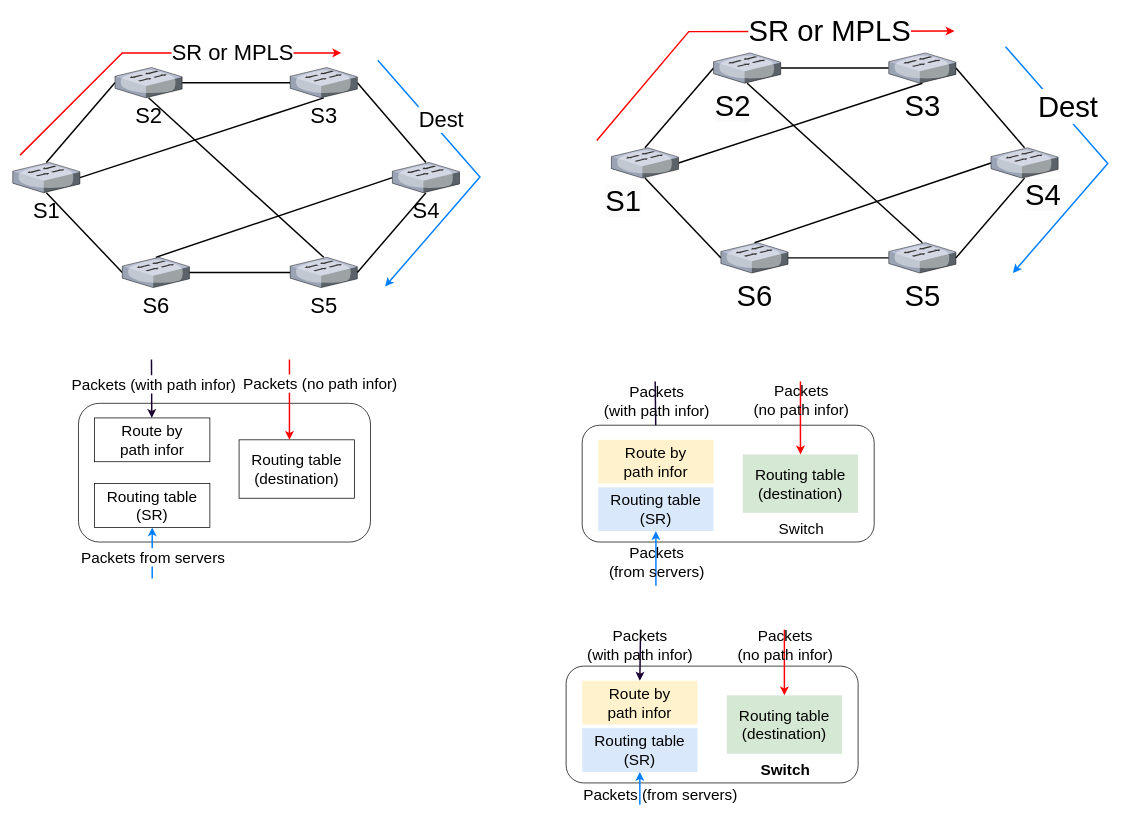
Above: FC+/scalable_topo.drawio in caopeirui/app.diagrams.net (draw.io), before the change. Source tidied: cells renumbered, new cells numbered last; positions are measured from the earlier drawing's top-left corner, leaving out a move shared by most shapes. Both pictures are drawn from the tidied source at 73%, with x=0, y=0 at pixel (12, 31).
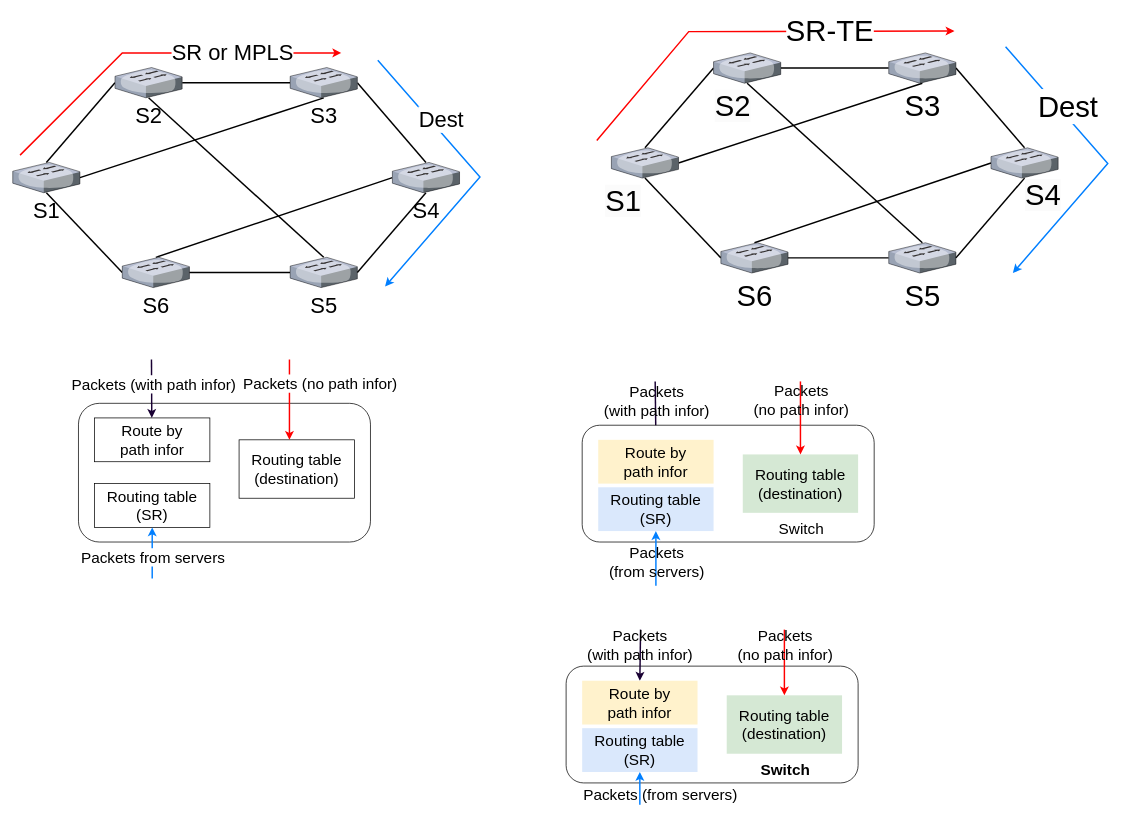
After the change.

Commit message:
update scalable_topo

The change refers to these unchanged cells:
```xml
<mxCell id="56" style="endArrow=classic;html=1;rounded=0;strokeWidth=2;fontSize=40;strokeColor=#FF0000;" parent="1" edge="1">
  <mxGeometry relative="1" as="geometry">
    <mxPoint x="800" y="150" as="sourcePoint" />
    <mxPoint x="1290" as="targetPoint" />
    <Array as="points">
      <mxPoint x="926" y="0.8" />
    </Array>
  </mxGeometry>
</mxCell>
```

Change to the diagram source:
```diff
@@
-    <mxCell id="57" value="&lt;font style=&quot;font-size: 40px;&quot;&gt;SR or MPLS&lt;/font&gt;" style="edgeLabel;html=1;align=center;verticalAlign=middle;fontSize=40;" parent="56" vertex="1">
+    <mxCell id="57" value="&lt;font style=&quot;font-size: 40px&quot;&gt;SR-TE&lt;/font&gt;" style="edgeLabel;html=1;align=center;verticalAlign=middle;fontSize=40;" parent="56" vertex="1">
       <mxGeometry x="0.27" y="2" relative="1" as="geometry">
         <mxPoint x="32.7" as="offset" />
       </mxGeometry>
     </mxCell>
```
